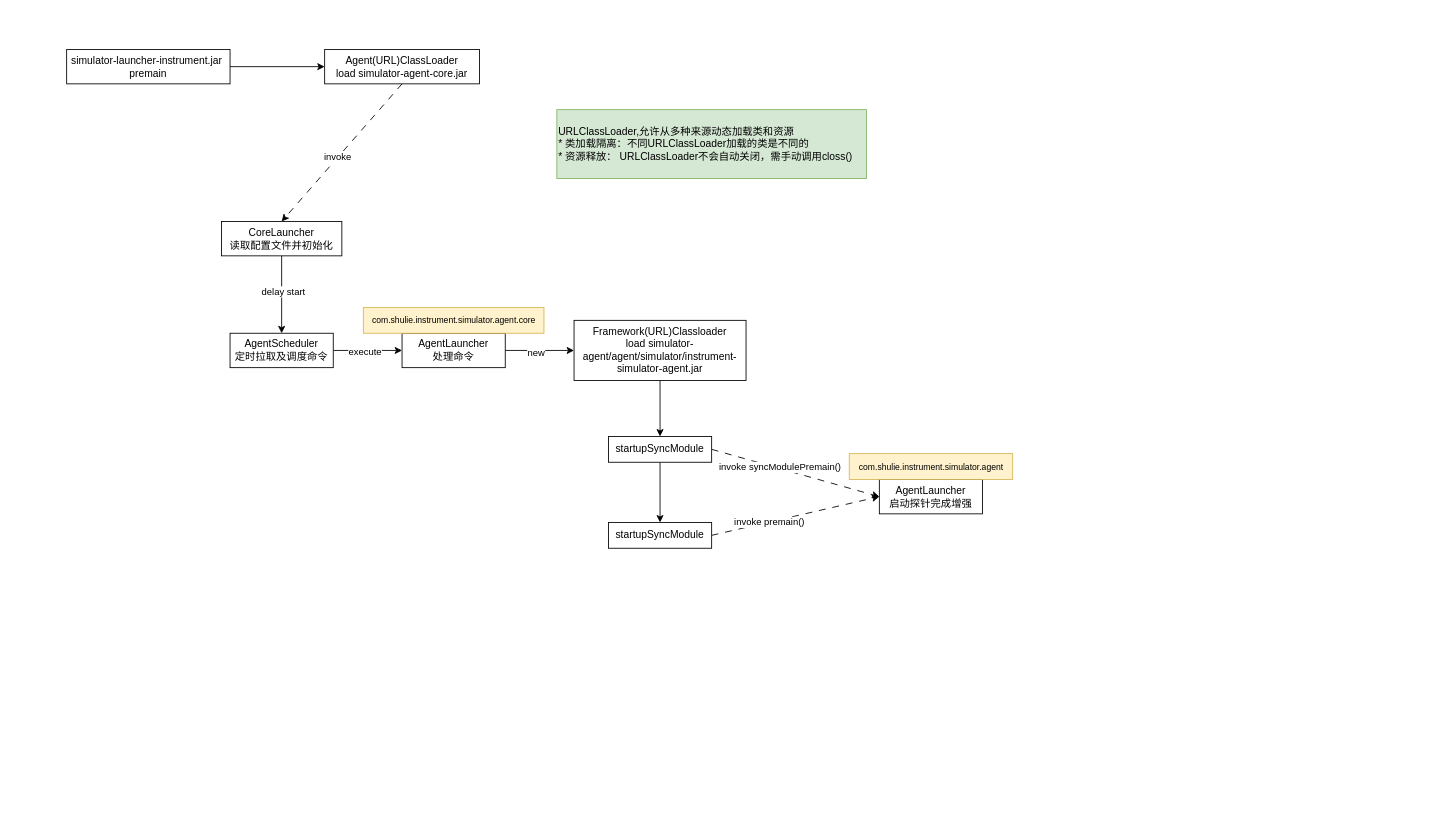
This is com.guann1n9.diagrams/link_agent.drawio from GuanN1ng/diagrams, a draw.io file, before an edit. Source tidied: cells renumbered, new cells numbered last; positions are measured from the earlier drawing's top-left corner, leaving out a move shared by most shapes. Both pictures are drawn from the tidied source at 86%, with x=0, y=0 at pixel (66, 49).
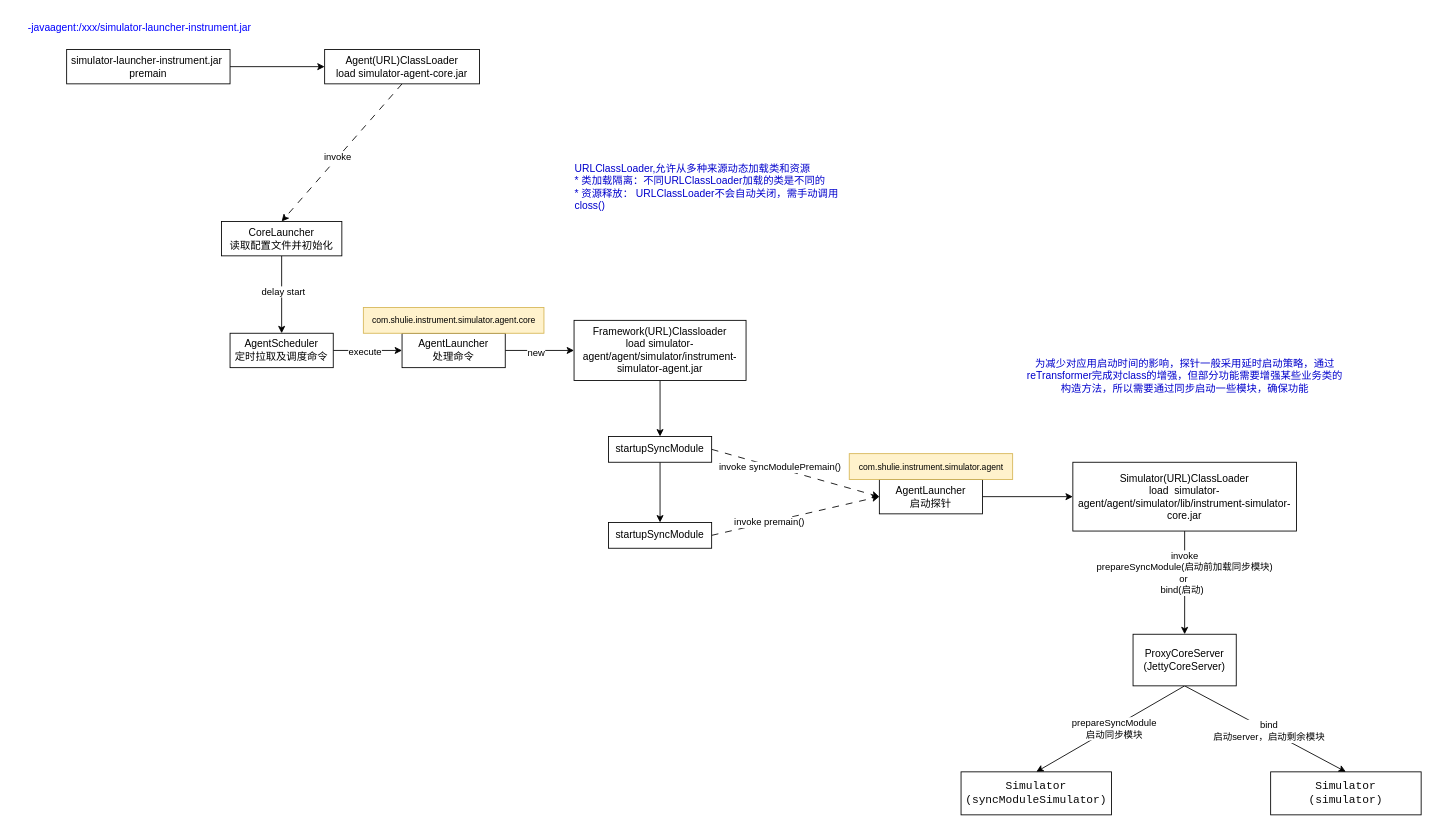
After the change.

What changed in the source:
```diff
@@
-    <mxCell id="7" value="&lt;div style=&quot;&quot;&gt;&lt;span style=&quot;background-color: transparent; color: light-dark(rgb(0, 0, 0), rgb(255, 255, 255));&quot;&gt;URLClassLoader,&lt;/span&gt;&lt;span style=&quot;background-color: transparent; color: light-dark(rgb(0, 0, 0), rgb(255, 255, 255));&quot;&gt;允许从多种来源动态加载类和资源&lt;/span&gt;&lt;/div&gt;&lt;div&gt;&lt;div&gt;* 类加载隔离：不同URLClassLoader加载的类是不同的&lt;br&gt;* 资源释放： URLClassLoader不会自动关闭，需手动调用closs()&lt;br&gt;&lt;/div&gt;&lt;/div&gt;" style="rounded=0;whiteSpace=wrap;html=1;align=left;fillColor=#d5e8d4;strokeColor=#82b366;" parent="1" vertex="1">
-      <mxGeometry x="570" y="70" width="360" height="80" as="geometry" />
-    </mxCell>
@@
+    <mxCell id="29" style="edgeStyle=orthogonalEdgeStyle;rounded=0;jettySize=auto;html=1;exitX=1;exitY=0.5;exitDx=0;exitDy=0;entryX=0;entryY=0.5;entryDx=0;entryDy=0;" parent="1" edge="1" source="27" target="32">
+      <mxGeometry relative="1" as="geometry" />
+    </mxCell>
-    <mxCell id="27" value="AgentLauncher&lt;br&gt;启动探针完成增强" style="rounded=0;whiteSpace=wrap;html=1;" parent="1" vertex="1">
+    <mxCell id="27" value="AgentLauncher&lt;br&gt;启动探针" style="rounded=0;whiteSpace=wrap;html=1;" parent="1" vertex="1">
       <mxGeometry x="945" y="500" width="120" height="40" as="geometry" />
     </mxCell>
@@
+    <mxCell id="30" style="edgeStyle=orthogonalEdgeStyle;rounded=0;jettySize=auto;html=1;exitX=0.5;exitY=1;exitDx=0;exitDy=0;entryX=0.5;entryY=0;entryDx=0;entryDy=0;" parent="1" edge="1" source="32" target="37">
+      <mxGeometry relative="1" as="geometry" />
+    </mxCell>
+    <mxCell id="31" value="invoke &lt;br&gt;prepareSyncModule(启动前加载同步模块)&lt;br&gt;&lt;span style=&quot;background-color: light-dark(#ffffff, var(--ge-dark-color, #121212)); color: light-dark(rgb(0, 0, 0), rgb(255, 255, 255));&quot;&gt;or&amp;nbsp;&lt;br&gt;bind(启动)&amp;nbsp;&amp;nbsp;&lt;/span&gt;" style="edgeLabel;html=1;align=center;verticalAlign=middle;" parent="30" vertex="1">
+      <mxGeometry x="-0.2" y="-1" relative="1" as="geometry" />
+    </mxCell>
+    <mxCell id="32" value="Simulator(URL)ClassLoader&lt;br&gt;load&amp;nbsp; simulator-agent/agent/simulator/lib/instrument-simulator-core.jar" style="rounded=0;whiteSpace=wrap;html=1;" parent="1" vertex="1">
+      <mxGeometry x="1170" y="480" width="260" height="80" as="geometry" />
+    </mxCell>
+    <mxCell id="33" style="rounded=0;jettySize=auto;html=1;exitX=0.5;exitY=1;exitDx=0;exitDy=0;entryX=0.5;entryY=0;entryDx=0;entryDy=0;" parent="1" edge="1" source="37" target="39">
+      <mxGeometry relative="1" as="geometry" />
+    </mxCell>
+    <mxCell id="34" value="prepareSyncModule&lt;br&gt;启动同步模块" style="edgeLabel;html=1;align=center;verticalAlign=middle;" parent="33" vertex="1">
+      <mxGeometry x="-0.04" y="1" relative="1" as="geometry" />
+    </mxCell>
+    <mxCell id="35" style="rounded=0;jettySize=auto;html=1;exitX=0.5;exitY=1;exitDx=0;exitDy=0;entryX=0.5;entryY=0;entryDx=0;entryDy=0;" parent="1" edge="1" source="37" target="40">
+      <mxGeometry relative="1" as="geometry" />
+    </mxCell>
+    <mxCell id="36" value="bind&lt;br&gt;启动server，启动剩余模块" style="edgeLabel;html=1;align=center;verticalAlign=middle;" parent="35" vertex="1">
+      <mxGeometry x="0.04" relative="1" as="geometry" />
+    </mxCell>
+    <mxCell id="37" value="ProxyCoreServer&lt;br&gt;(JettyCoreServer)" style="rounded=0;whiteSpace=wrap;html=1;" parent="1" vertex="1">
+      <mxGeometry x="1240" y="680" width="120" height="60" as="geometry" />
+    </mxCell>
+    <mxCell id="7" value="&lt;div style=&quot;text-align: left;&quot;&gt;&lt;font style=&quot;color: rgb(0, 0, 204);&quot;&gt;&lt;span style=&quot;background-color: transparent;&quot;&gt;URLClassLoader,&lt;/span&gt;&lt;span style=&quot;background-color: transparent;&quot;&gt;允许从多种来源动态加载类和资源&lt;/span&gt;&lt;/font&gt;&lt;/div&gt;&lt;div style=&quot;text-align: left;&quot;&gt;&lt;font style=&quot;color: rgb(0, 0, 204);&quot;&gt;* 类加载隔离：不同URLClassLoader加载的类是不同的&lt;br&gt;* 资源释放： URLClassLoader不会自动关闭，需手动调用closs()&lt;/font&gt;&lt;/div&gt;" style="text;html=1;align=center;verticalAlign=middle;whiteSpace=wrap;rounded=0;" parent="1" vertex="1">
+      <mxGeometry x="590" y="120" width="340" height="80" as="geometry" />
+    </mxCell>
+    <mxCell id="38" value="&lt;font style=&quot;color: rgb(0, 0, 204);&quot;&gt;为减少对应用启动时间的影响，探针一般采用延时启动策略，通过reTransformer完成对class的增强，但部分功能需要增强某些业务类的构造方法，所以需要通过同步启动一些模块，确保功能&lt;/font&gt;" style="text;html=1;align=center;verticalAlign=middle;whiteSpace=wrap;rounded=0;" parent="1" vertex="1">
+      <mxGeometry x="1114.5" y="340" width="371" height="80" as="geometry" />
+    </mxCell>
+    <mxCell id="39" value="&lt;div style=&quot;background-color: rgb(255, 255, 255); color: rgb(8, 8, 8);&quot;&gt;&lt;pre style=&quot;font-family:'JetBrains Mono',monospace;font-size:9.8pt;&quot;&gt;Simulator&lt;br/&gt;(syncModuleSimulator)&lt;/pre&gt;&lt;/div&gt;" style="rounded=0;whiteSpace=wrap;html=1;" parent="1" vertex="1">
+      <mxGeometry x="1040" y="840" width="175" height="50" as="geometry" />
+    </mxCell>
+    <mxCell id="40" value="&lt;div style=&quot;background-color: rgb(255, 255, 255); color: rgb(8, 8, 8);&quot;&gt;&lt;pre style=&quot;font-family:'JetBrains Mono',monospace;font-size:9.8pt;&quot;&gt;Simulator&lt;br&gt;(simulator)&lt;br&gt;&lt;/pre&gt;&lt;/div&gt;" style="rounded=0;whiteSpace=wrap;html=1;" parent="1" vertex="1">
+      <mxGeometry x="1400" y="840" width="175" height="50" as="geometry" />
+    </mxCell>
+    <mxCell id="41" value="&lt;font style=&quot;color: rgb(0, 0, 255);&quot;&gt;&lt;span style=&quot;text-align: left; text-wrap-mode: nowrap;&quot;&gt;-javaagent:/xxx/&lt;/span&gt;&lt;span style=&quot;text-align: left;&quot;&gt;simulator-launcher-instrument.jar&lt;/span&gt;&lt;/font&gt;" style="text;html=1;align=center;verticalAlign=middle;whiteSpace=wrap;rounded=0;" parent="1" vertex="1">
+      <mxGeometry x="-60" y="-40" width="290" height="30" as="geometry" />
+    </mxCell>
```
